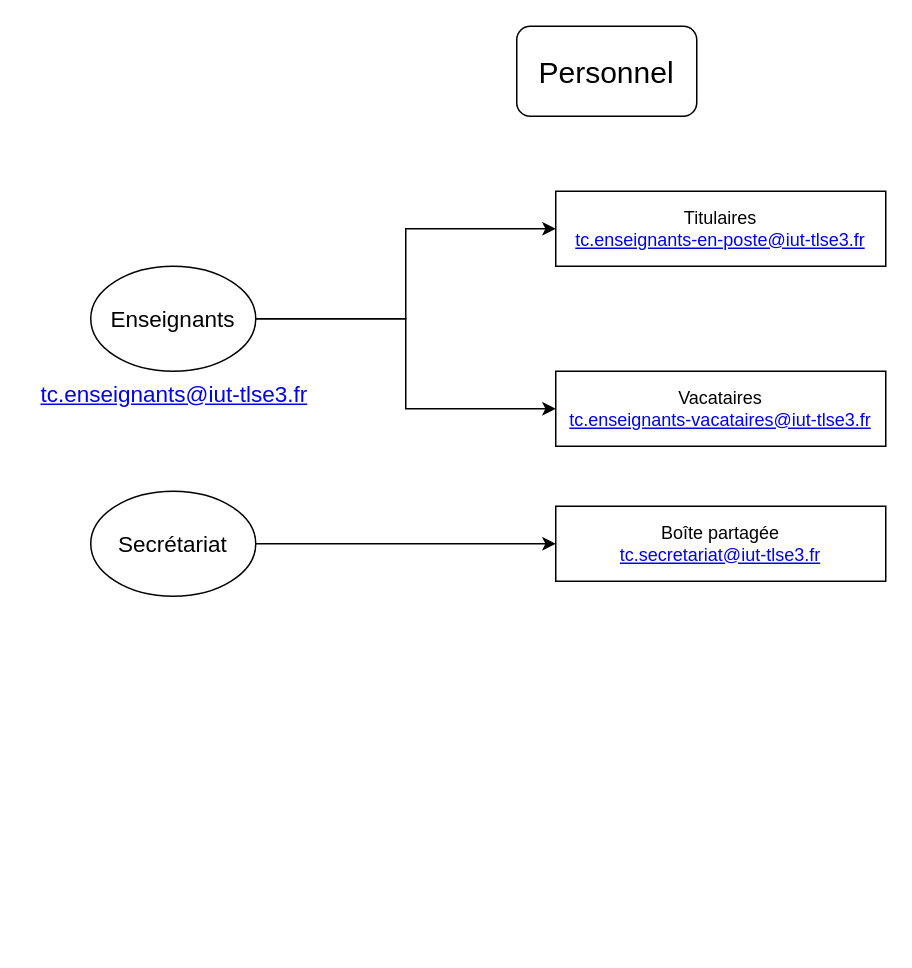
gI7DUmmY/diagrams keeps this draw.io diagram as Listes TC-Pers.drawio. Above is the earlier version. Source tidied: cells renumbered, new cells numbered last; positions are measured from the earlier drawing's top-left corner, leaving out a move shared by most shapes. Both pictures are drawn from the tidied source at 150%, with x=0, y=0 at pixel (38, 26).
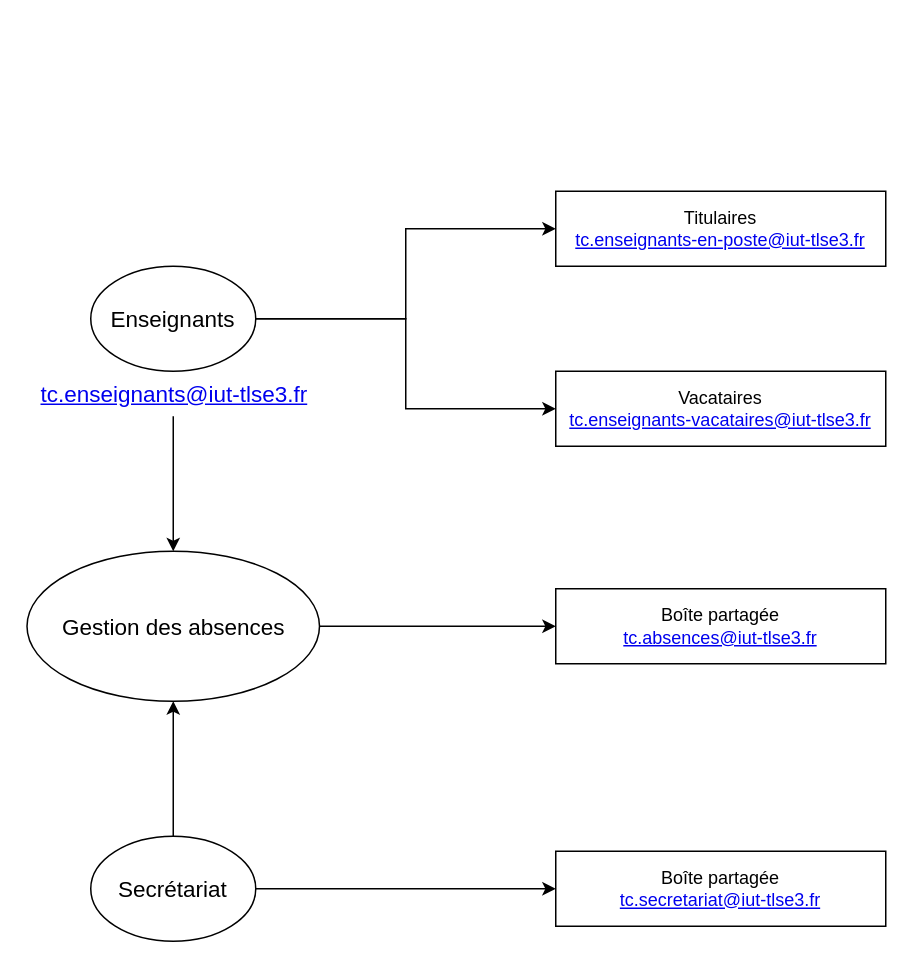
After the change.

Commit message:
Mettre à jour Listes TC-Pers.drawio

What changed in the source:
```diff
@@
 <mxGraphModel>
   <root>
     <mxCell id="0" />
     <mxCell id="1" parent="0" />
-    <mxCell id="2" value="Personnel" style="rounded=1;whiteSpace=wrap;html=1;fontSize=20;" parent="1" vertex="1">
-      <mxGeometry x="319" width="120" height="60" as="geometry" />
-    </mxCell>
     <mxCell id="3" style="edgeStyle=orthogonalEdgeStyle;rounded=0;jettySize=auto;html=1;exitX=1;exitY=0.5;exitDx=0;exitDy=0;entryX=0;entryY=0.5;entryDx=0;entryDy=0;" parent="1" edge="1" source="5" target="9">
       <mxGeometry relative="1" as="geometry" />
     </mxCell>
     <mxCell id="4" style="edgeStyle=orthogonalEdgeStyle;rounded=0;jettySize=auto;html=1;exitX=1;exitY=0.5;exitDx=0;exitDy=0;entryX=0;entryY=0.5;entryDx=0;entryDy=0;" parent="1" edge="1" source="5" target="10">
       <mxGeometry relative="1" as="geometry" />
     </mxCell>
     <mxCell id="5" value="Enseignants" style="ellipse;whiteSpace=wrap;html=1;fontSize=15;" parent="1" vertex="1">
       <mxGeometry x="35" y="160" width="110" height="70" as="geometry" />
     </mxCell>
     <mxCell id="6" style="edgeStyle=orthogonalEdgeStyle;rounded=0;jettySize=auto;html=1;entryX=0;entryY=0.5;entryDx=0;entryDy=0;" parent="1" edge="1" source="7" target="11">
       <mxGeometry relative="1" as="geometry" />
     </mxCell>
+    <mxCell id="12" style="edgeStyle=orthogonalEdgeStyle;rounded=0;jettySize=auto;html=1;exitX=0.5;exitY=0;exitDx=0;exitDy=0;entryX=0.5;entryY=1;entryDx=0;entryDy=0;" parent="1" edge="1" source="7" target="15">
+      <mxGeometry relative="1" as="geometry" />
+    </mxCell>
     <mxCell id="7" value="Secrétariat" style="ellipse;whiteSpace=wrap;html=1;fontSize=15;" parent="1" vertex="1">
-      <mxGeometry x="35" y="310" width="110" height="70" as="geometry" />
+      <mxGeometry x="35" y="540" width="110" height="70" as="geometry" />
     </mxCell>
+    <mxCell id="13" style="edgeStyle=orthogonalEdgeStyle;rounded=0;jettySize=auto;html=1;exitX=0.5;exitY=1;exitDx=0;exitDy=0;entryX=0.5;entryY=0;entryDx=0;entryDy=0;" parent="1" edge="1" source="8" target="15">
+      <mxGeometry relative="1" as="geometry" />
+    </mxCell>
     <mxCell id="8" value="&lt;a href=&quot;mailto:tc.enseignants@iut-tlse3.fr&quot;&gt;tc.enseignants@iut-tlse3.fr&lt;/a&gt;" style="text;html=1;strokeColor=none;fillColor=none;align=left;verticalAlign=middle;whiteSpace=wrap;rounded=0;fontSize=15;fontColor=#055AB2;" parent="1" vertex="1">
       <mxGeometry y="230" width="180" height="30" as="geometry" />
     </mxCell>
     <mxCell id="9" value="&lt;div&gt;Titulaires&lt;/div&gt;&lt;a href=&quot;mailto:tc.enseignants-en-poste@iut-tlse3.fr&quot;&gt;tc.enseignants-en-poste@iut-tlse3.fr&lt;/a&gt;" style="rounded=0;whiteSpace=wrap;html=1;fillStyle=hatch;fillColor=none;" parent="1" vertex="1">
       <mxGeometry x="345" y="110" width="220" height="50" as="geometry" />
     </mxCell>
     <mxCell id="10" value="&lt;div&gt;Vacataires&lt;/div&gt;&lt;a href=&quot;mailto:tc.enseignants-vacataires@iut-tlse3.fr&quot;&gt;tc.enseignants-vacataires@iut-tlse3.fr&lt;/a&gt;" style="rounded=0;whiteSpace=wrap;html=1;fillStyle=hatch;fillColor=none;" parent="1" vertex="1">
       <mxGeometry x="345" y="230" width="220" height="50" as="geometry" />
     </mxCell>
     <mxCell id="11" value="&lt;div&gt;Boîte partagée&lt;/div&gt;&lt;a href=&quot;mailto:tc.secretariat@iut-tlse3.fr&quot;&gt;tc.secretariat@iut-tlse3.fr&lt;/a&gt;" style="rounded=0;whiteSpace=wrap;html=1;fillStyle=hatch;fillColor=none;" parent="1" vertex="1">
-      <mxGeometry x="345" y="320" width="220" height="50" as="geometry" />
+      <mxGeometry x="345" y="550" width="220" height="50" as="geometry" />
     </mxCell>
+    <mxCell id="14" style="edgeStyle=orthogonalEdgeStyle;rounded=0;jettySize=auto;html=1;exitX=1;exitY=0.5;exitDx=0;exitDy=0;entryX=0;entryY=0.5;entryDx=0;entryDy=0;" parent="1" edge="1" source="15" target="16">
+      <mxGeometry relative="1" as="geometry" />
+    </mxCell>
+    <mxCell id="15" value="Gestion des absences" style="ellipse;whiteSpace=wrap;html=1;fontSize=15;" parent="1" vertex="1">
+      <mxGeometry x="-7.5" y="350" width="195" height="100" as="geometry" />
+    </mxCell>
+    <mxCell id="16" value="&lt;div&gt;Boîte partagée&lt;/div&gt;&lt;a href=&quot;mailto:tc.absences@iut-tlse3.fr&quot;&gt;tc.absences@iut-tlse3.fr&lt;/a&gt;" style="rounded=0;whiteSpace=wrap;html=1;fillStyle=hatch;fillColor=none;" parent="1" vertex="1">
+      <mxGeometry x="345" y="375" width="220" height="50" as="geometry" />
+    </mxCell>
   </root>
 </mxGraphModel>
```
